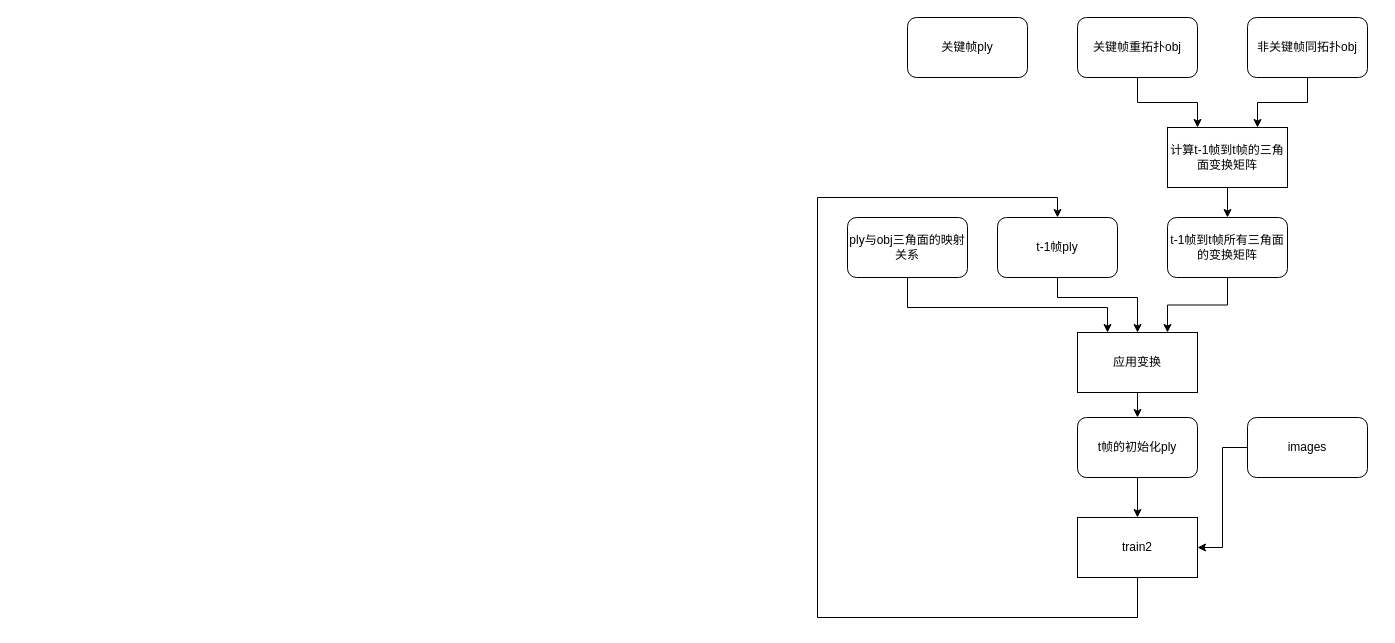
Before: 高斯训练.drawio in BCEF/bcef, a draw.io diagram. Source tidied: cells renumbered, new cells numbered last; positions are measured from the earlier drawing's top-left corner, leaving out a move shared by most shapes. Both pictures are drawn from the tidied source at 100%, with x=0, y=0 at pixel (817, 17).
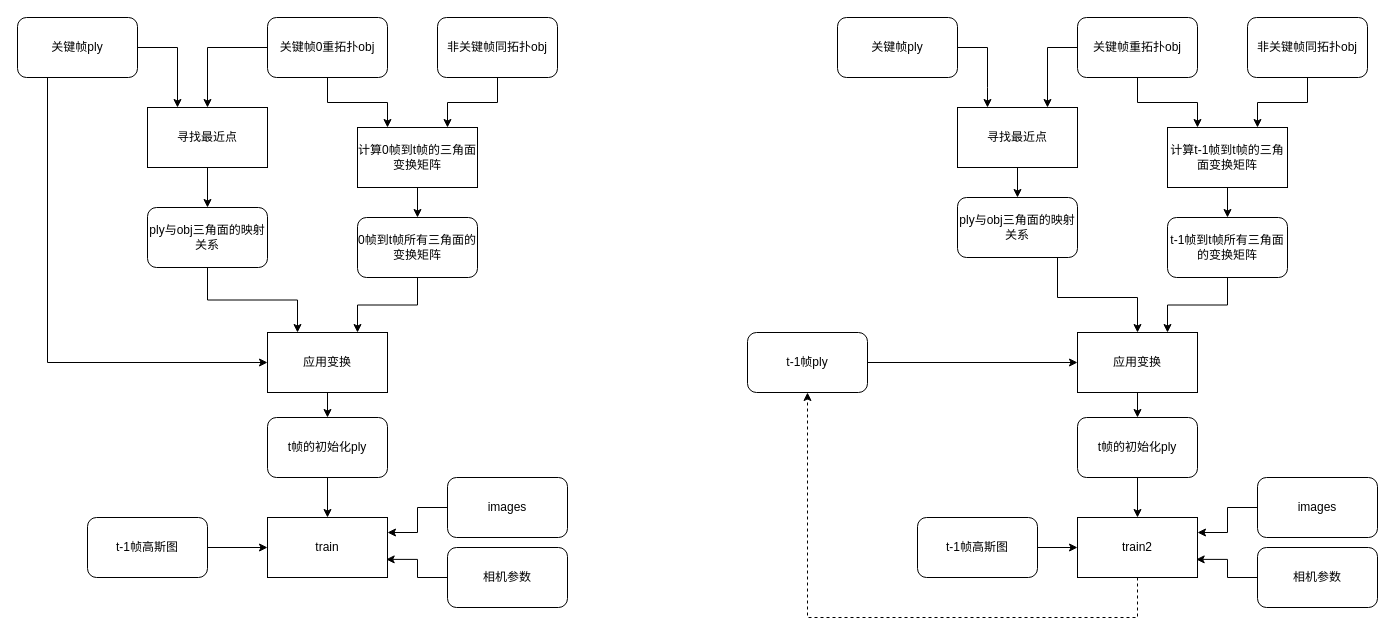
The same page after the edit.

Commit message (it also covers changes not shown here):
更新高斯训练.drawio

The change refers to these unchanged cells:
```xml
<mxCell id="6" value="关键帧重拓扑obj" style="rounded=1;whiteSpace=wrap;html=1;" parent="1" vertex="1">
  <mxGeometry x="260" width="120" height="60" as="geometry" />
</mxCell>
<mxCell id="13" value="应用变换" style="rounded=0;whiteSpace=wrap;html=1;" parent="1" vertex="1">
  <mxGeometry x="260" y="315" width="120" height="60" as="geometry" />
</mxCell>
<mxCell id="20" value="train2" style="rounded=0;whiteSpace=wrap;html=1;" parent="1" vertex="1">
  <mxGeometry x="260" y="500" width="120" height="60" as="geometry" />
</mxCell>
```

Change to the diagram source:
```diff
@@
+    <mxCell id="23" style="edgeStyle=orthogonalEdgeStyle;rounded=0;jettySize=auto;html=1;entryX=0.25;entryY=0;entryDx=0;entryDy=0;exitX=1;exitY=0.5;exitDx=0;exitDy=0;" parent="1" edge="1" source="4" target="26">
+      <mxGeometry relative="1" as="geometry">
+        <Array as="points">
+          <mxPoint x="170" y="70" />
+          <mxPoint x="170" y="70" />
+        </Array>
+      </mxGeometry>
+    </mxCell>
     <mxCell id="4" value="&lt;div&gt;关键帧ply&lt;/div&gt;" style="rounded=1;whiteSpace=wrap;html=1;" parent="1" vertex="1">
-      <mxGeometry x="90" width="120" height="60" as="geometry" />
+      <mxGeometry x="20" width="120" height="60" as="geometry" />
     </mxCell>
@@
+    <mxCell id="24" style="edgeStyle=orthogonalEdgeStyle;rounded=0;jettySize=auto;html=1;exitX=0.008;exitY=0.5;exitDx=0;exitDy=0;entryX=0.75;entryY=0;entryDx=0;entryDy=0;exitPerimeter=0;" parent="1" edge="1" source="6" target="26">
+      <mxGeometry relative="1" as="geometry" />
+    </mxCell>
@@
     <mxCell id="11" value="&lt;div&gt;t-1帧ply&lt;/div&gt;" style="rounded=1;whiteSpace=wrap;html=1;" parent="1" vertex="1">
-      <mxGeometry x="180" y="200" width="120" height="60" as="geometry" />
+      <mxGeometry x="-70" y="315" width="120" height="60" as="geometry" />
     </mxCell>
@@
-    <mxCell id="14" style="edgeStyle=orthogonalEdgeStyle;rounded=0;jettySize=auto;html=1;entryX=0.5;entryY=0;entryDx=0;entryDy=0;" parent="1" edge="1" source="11" target="13">
+    <mxCell id="14" style="edgeStyle=orthogonalEdgeStyle;rounded=0;jettySize=auto;html=1;entryX=0.5;entryY=0;entryDx=0;entryDy=0;" parent="1" edge="1" source="19" target="13">
       <mxGeometry relative="1" as="geometry">
         <Array as="points">
           <mxPoint x="240" y="280" />
           <mxPoint x="320" y="280" />
         </Array>
       </mxGeometry>
     </mxCell>
-    <mxCell id="15" style="edgeStyle=orthogonalEdgeStyle;rounded=0;jettySize=auto;html=1;entryX=0.5;entryY=0;entryDx=0;entryDy=0;exitX=0.5;exitY=1;exitDx=0;exitDy=0;" parent="1" edge="1" source="20" target="11">
+    <mxCell id="15" style="edgeStyle=orthogonalEdgeStyle;rounded=0;jettySize=auto;html=1;entryX=0.5;entryY=1;entryDx=0;entryDy=0;exitX=0.5;exitY=1;exitDx=0;exitDy=0;dashed=1;" parent="1" edge="1" source="20" target="11">
       <mxGeometry relative="1" as="geometry">
         <Array as="points">
           <mxPoint x="320" y="600" />
-          <mxPoint y="600" />
-          <mxPoint y="180" />
-          <mxPoint x="240" y="180" />
+          <mxPoint x="-10" y="600" />
         </Array>
       </mxGeometry>
     </mxCell>
@@
-    <mxCell id="18" style="edgeStyle=orthogonalEdgeStyle;rounded=0;jettySize=auto;html=1;entryX=0.25;entryY=0;entryDx=0;entryDy=0;" parent="1" edge="1" source="19" target="13">
-      <mxGeometry relative="1" as="geometry">
-        <Array as="points">
-          <mxPoint x="90" y="290" />
-          <mxPoint x="290" y="290" />
-        </Array>
-      </mxGeometry>
-    </mxCell>
-    <mxCell id="19" value="ply与obj三角面的映射关系" style="rounded=1;whiteSpace=wrap;html=1;" parent="1" vertex="1">
-      <mxGeometry x="30" y="200" width="120" height="60" as="geometry" />
-    </mxCell>
@@
-    <mxCell id="21" style="edgeStyle=orthogonalEdgeStyle;rounded=0;jettySize=auto;html=1;entryX=1;entryY=0.5;entryDx=0;entryDy=0;" parent="1" edge="1" source="22" target="20">
+    <mxCell id="21" style="edgeStyle=orthogonalEdgeStyle;rounded=0;jettySize=auto;html=1;entryX=1;entryY=0.25;entryDx=0;entryDy=0;" parent="1" edge="1" source="22" target="20">
       <mxGeometry relative="1" as="geometry" />
     </mxCell>
     <mxCell id="22" value="images" style="rounded=1;whiteSpace=wrap;html=1;" parent="1" vertex="1">
-      <mxGeometry x="430" y="400" width="120" height="60" as="geometry" />
+      <mxGeometry x="440" y="460" width="120" height="60" as="geometry" />
     </mxCell>
+    <mxCell id="25" style="edgeStyle=orthogonalEdgeStyle;rounded=0;jettySize=auto;html=1;entryX=0.5;entryY=0;entryDx=0;entryDy=0;" parent="1" edge="1" source="26" target="19">
+      <mxGeometry relative="1" as="geometry" />
+    </mxCell>
+    <mxCell id="26" value="寻找最近点" style="rounded=0;whiteSpace=wrap;html=1;" parent="1" vertex="1">
+      <mxGeometry x="140" y="90" width="120" height="60" as="geometry" />
+    </mxCell>
+    <mxCell id="27" value="相机参数" style="rounded=1;whiteSpace=wrap;html=1;" parent="1" vertex="1">
+      <mxGeometry x="440" y="530" width="120" height="60" as="geometry" />
+    </mxCell>
+    <mxCell id="28" style="edgeStyle=orthogonalEdgeStyle;rounded=0;jettySize=auto;html=1;entryX=0.989;entryY=0.698;entryDx=0;entryDy=0;entryPerimeter=0;" parent="1" edge="1" source="27" target="20">
+      <mxGeometry relative="1" as="geometry" />
+    </mxCell>
+    <mxCell id="29" style="edgeStyle=orthogonalEdgeStyle;rounded=0;jettySize=auto;html=1;entryX=0.75;entryY=0;entryDx=0;entryDy=0;" parent="1" edge="1" source="30" target="38">
+      <mxGeometry relative="1" as="geometry" />
+    </mxCell>
+    <mxCell id="30" value="非关键帧同拓扑obj" style="rounded=1;whiteSpace=wrap;html=1;" parent="1" vertex="1">
+      <mxGeometry x="-380" width="120" height="60" as="geometry" />
+    </mxCell>
+    <mxCell id="31" style="edgeStyle=orthogonalEdgeStyle;rounded=0;jettySize=auto;html=1;entryX=0;entryY=0.5;entryDx=0;entryDy=0;exitX=0.25;exitY=1;exitDx=0;exitDy=0;" parent="1" edge="1" source="33" target="42">
+      <mxGeometry relative="1" as="geometry">
+        <Array as="points">
+          <mxPoint x="-770" y="345" />
+        </Array>
+      </mxGeometry>
+    </mxCell>
+    <mxCell id="32" style="edgeStyle=orthogonalEdgeStyle;rounded=0;jettySize=auto;html=1;exitX=1;exitY=0.5;exitDx=0;exitDy=0;entryX=0.25;entryY=0;entryDx=0;entryDy=0;" parent="1" edge="1" source="33" target="51">
+      <mxGeometry relative="1" as="geometry" />
+    </mxCell>
+    <mxCell id="33" value="&lt;div&gt;关键帧ply&lt;/div&gt;" style="rounded=1;whiteSpace=wrap;html=1;" parent="1" vertex="1">
+      <mxGeometry x="-800" width="120" height="60" as="geometry" />
+    </mxCell>
+    <mxCell id="34" style="edgeStyle=orthogonalEdgeStyle;rounded=0;jettySize=auto;html=1;entryX=0.25;entryY=0;entryDx=0;entryDy=0;" parent="1" edge="1" source="36" target="38">
+      <mxGeometry relative="1" as="geometry" />
+    </mxCell>
+    <mxCell id="35" style="edgeStyle=orthogonalEdgeStyle;rounded=0;jettySize=auto;html=1;exitX=0;exitY=0.5;exitDx=0;exitDy=0;" parent="1" edge="1" source="36" target="51">
+      <mxGeometry relative="1" as="geometry" />
+    </mxCell>
+    <mxCell id="36" value="关键帧0重拓扑obj" style="rounded=1;whiteSpace=wrap;html=1;" parent="1" vertex="1">
+      <mxGeometry x="-550" width="120" height="60" as="geometry" />
+    </mxCell>
+    <mxCell id="37" style="edgeStyle=orthogonalEdgeStyle;rounded=0;jettySize=auto;html=1;" parent="1" edge="1" source="38" target="40">
+      <mxGeometry relative="1" as="geometry" />
+    </mxCell>
+    <mxCell id="38" value="计算0帧到t帧的三角面变换矩阵" style="rounded=0;whiteSpace=wrap;html=1;" parent="1" vertex="1">
+      <mxGeometry x="-460" y="110" width="120" height="60" as="geometry" />
+    </mxCell>
+    <mxCell id="39" style="edgeStyle=orthogonalEdgeStyle;rounded=0;jettySize=auto;html=1;entryX=0.75;entryY=0;entryDx=0;entryDy=0;" parent="1" edge="1" source="40" target="42">
+      <mxGeometry relative="1" as="geometry" />
+    </mxCell>
+    <mxCell id="40" value="0帧到t帧所有三角面的变换矩阵" style="rounded=1;whiteSpace=wrap;html=1;" parent="1" vertex="1">
+      <mxGeometry x="-460" y="200" width="120" height="60" as="geometry" />
+    </mxCell>
+    <mxCell id="41" style="edgeStyle=orthogonalEdgeStyle;rounded=0;jettySize=auto;html=1;" parent="1" edge="1" source="42" target="44">
+      <mxGeometry relative="1" as="geometry" />
+    </mxCell>
+    <mxCell id="42" value="应用变换" style="rounded=0;whiteSpace=wrap;html=1;" parent="1" vertex="1">
+      <mxGeometry x="-550" y="315" width="120" height="60" as="geometry" />
+    </mxCell>
+    <mxCell id="43" style="edgeStyle=orthogonalEdgeStyle;rounded=0;jettySize=auto;html=1;" parent="1" edge="1" source="44" target="47">
+      <mxGeometry relative="1" as="geometry" />
+    </mxCell>
+    <mxCell id="44" value="t帧的初始化ply" style="rounded=1;whiteSpace=wrap;html=1;" parent="1" vertex="1">
+      <mxGeometry x="-550" y="400" width="120" height="60" as="geometry" />
+    </mxCell>
+    <mxCell id="45" style="edgeStyle=orthogonalEdgeStyle;rounded=0;jettySize=auto;html=1;entryX=0.25;entryY=0;entryDx=0;entryDy=0;" parent="1" edge="1" source="46" target="42">
+      <mxGeometry relative="1" as="geometry" />
+    </mxCell>
+    <mxCell id="46" value="ply与obj三角面的映射关系" style="rounded=1;whiteSpace=wrap;html=1;" parent="1" vertex="1">
+      <mxGeometry x="-670" y="190" width="120" height="60" as="geometry" />
+    </mxCell>
+    <mxCell id="47" value="train" style="rounded=0;whiteSpace=wrap;html=1;" parent="1" vertex="1">
+      <mxGeometry x="-550" y="500" width="120" height="60" as="geometry" />
+    </mxCell>
+    <mxCell id="48" style="edgeStyle=orthogonalEdgeStyle;rounded=0;jettySize=auto;html=1;entryX=1;entryY=0.25;entryDx=0;entryDy=0;" parent="1" edge="1" source="49" target="47">
+      <mxGeometry relative="1" as="geometry" />
+    </mxCell>
+    <mxCell id="49" value="images" style="rounded=1;whiteSpace=wrap;html=1;" parent="1" vertex="1">
+      <mxGeometry x="-370" y="460" width="120" height="60" as="geometry" />
+    </mxCell>
+    <mxCell id="50" style="edgeStyle=orthogonalEdgeStyle;rounded=0;jettySize=auto;html=1;entryX=0.5;entryY=0;entryDx=0;entryDy=0;" parent="1" edge="1" source="51" target="46">
+      <mxGeometry relative="1" as="geometry" />
+    </mxCell>
+    <mxCell id="51" value="寻找最近点" style="rounded=0;whiteSpace=wrap;html=1;" parent="1" vertex="1">
+      <mxGeometry x="-670" y="90" width="120" height="60" as="geometry" />
+    </mxCell>
+    <mxCell id="52" value="相机参数" style="rounded=1;whiteSpace=wrap;html=1;" parent="1" vertex="1">
+      <mxGeometry x="-370" y="530" width="120" height="60" as="geometry" />
+    </mxCell>
+    <mxCell id="53" style="edgeStyle=orthogonalEdgeStyle;rounded=0;jettySize=auto;html=1;entryX=0.989;entryY=0.698;entryDx=0;entryDy=0;entryPerimeter=0;" parent="1" edge="1" source="52" target="47">
+      <mxGeometry relative="1" as="geometry" />
+    </mxCell>
+    <mxCell id="54" style="edgeStyle=orthogonalEdgeStyle;rounded=0;jettySize=auto;html=1;" parent="1" edge="1" source="55" target="20">
+      <mxGeometry relative="1" as="geometry" />
+    </mxCell>
+    <mxCell id="55" value="&lt;div&gt;t-1帧高斯图&lt;/div&gt;" style="rounded=1;whiteSpace=wrap;html=1;" parent="1" vertex="1">
+      <mxGeometry x="100" y="500" width="120" height="60" as="geometry" />
+    </mxCell>
+    <mxCell id="56" style="edgeStyle=orthogonalEdgeStyle;rounded=0;jettySize=auto;html=1;" parent="1" edge="1" source="57" target="47">
+      <mxGeometry relative="1" as="geometry" />
+    </mxCell>
+    <mxCell id="57" value="&lt;div&gt;t-1帧高斯图&lt;/div&gt;" style="rounded=1;whiteSpace=wrap;html=1;" parent="1" vertex="1">
+      <mxGeometry x="-730" y="500" width="120" height="60" as="geometry" />
+    </mxCell>
+    <mxCell id="58" style="edgeStyle=orthogonalEdgeStyle;rounded=0;jettySize=auto;html=1;entryX=0;entryY=0.5;entryDx=0;entryDy=0;" parent="1" edge="1" source="11" target="13">
+      <mxGeometry relative="1" as="geometry" />
+    </mxCell>
+    <mxCell id="19" value="ply与obj三角面的映射关系" style="rounded=1;whiteSpace=wrap;html=1;" parent="1" vertex="1">
+      <mxGeometry x="140" y="180" width="120" height="60" as="geometry" />
+    </mxCell>
```
